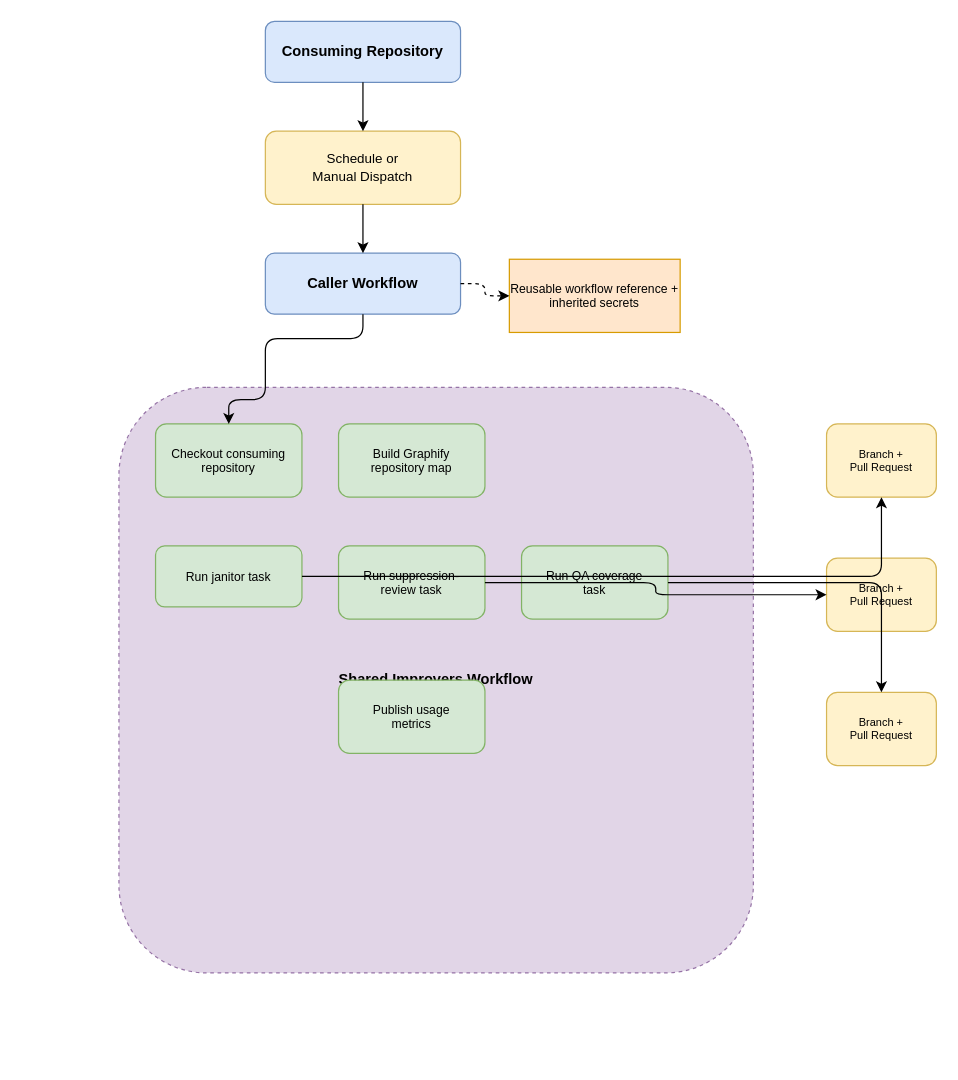
This is docs/assets/improvers-workflow.drawio from electrocucaracha/gh-workflows, a draw.io file, before an edit. Source tidied: cells renumbered, new cells numbered last; positions are measured from the earlier drawing's top-left corner, leaving out a move shared by most shapes. Both pictures are drawn from the tidied source at 122%, with x=0, y=0 at pixel (118, 21).
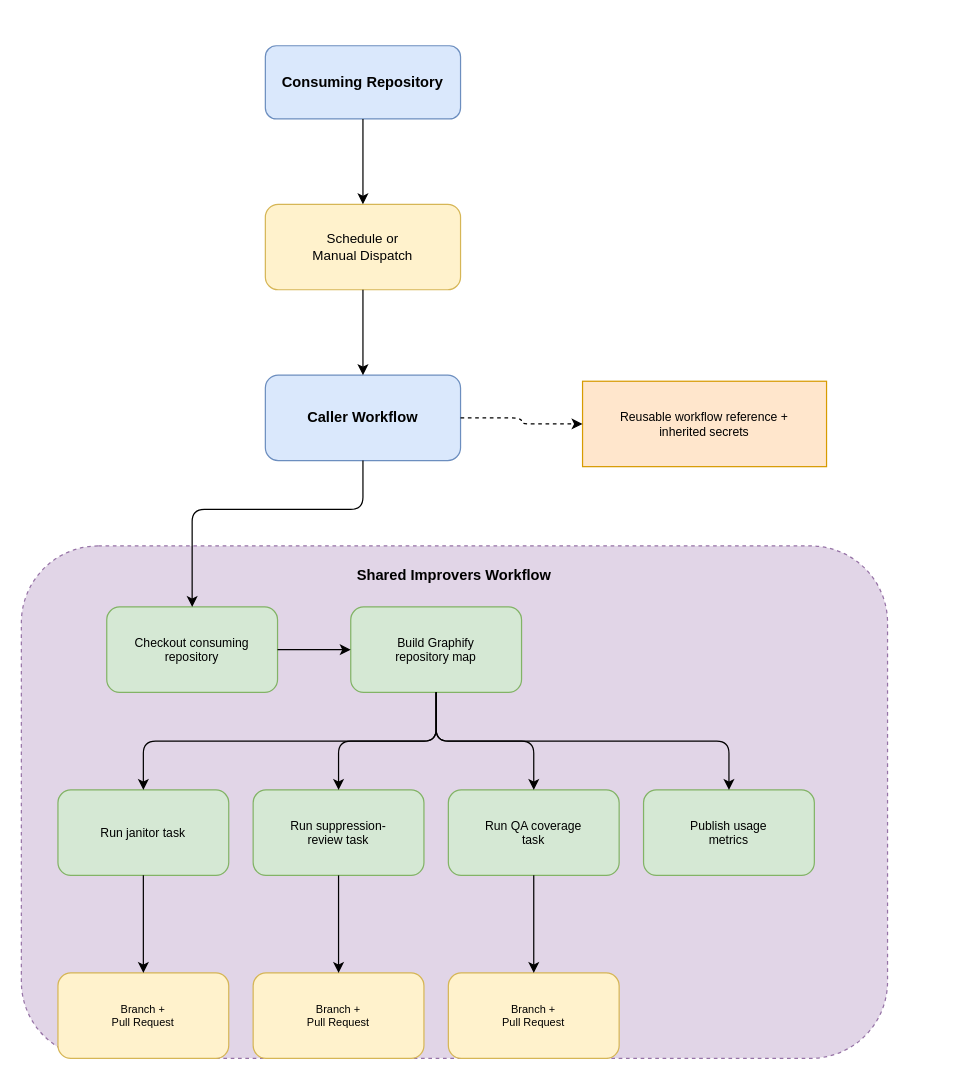
The same diagram, later.

Commit message (it also covers changes not shown here):
docs: improve improvers workflow diagrams for clarity

Change to the diagram source:
```diff
@@
     <mxCell id="2" value="Consuming Repository" style="rounded=1;whiteSpace=wrap;html=1;fillColor=#dae8fc;strokeColor=#6c8ebf;fontSize=12;fontStyle=1;" parent="1" vertex="1">
-      <mxGeometry x="120" width="160" height="50" as="geometry" />
+      <mxGeometry x="120" y="20" width="160" height="60" as="geometry" />
     </mxCell>
     <mxCell id="3" value="Schedule or&#10;Manual Dispatch" style="rounded=1;whiteSpace=wrap;html=1;fillColor=#fff2cc;strokeColor=#d6b656;fontSize=11;" parent="1" vertex="1">
-      <mxGeometry x="120" y="90" width="160" height="60" as="geometry" />
+      <mxGeometry x="120" y="150" width="160" height="70" as="geometry" />
     </mxCell>
@@
     <mxCell id="5" value="Caller Workflow" style="rounded=1;whiteSpace=wrap;html=1;fillColor=#dae8fc;strokeColor=#6c8ebf;fontSize=12;fontStyle=1;" parent="1" vertex="1">
-      <mxGeometry x="120" y="190" width="160" height="50" as="geometry" />
+      <mxGeometry x="120" y="290" width="160" height="70" as="geometry" />
     </mxCell>
@@
     <mxCell id="7" value="Reusable workflow reference +&#10;inherited secrets" style="rounded=0;whiteSpace=wrap;html=1;fillColor=#ffe6cc;strokeColor=#d79b00;fontSize=10;" parent="1" vertex="1">
-      <mxGeometry x="320" y="195" width="140" height="60" as="geometry" />
+      <mxGeometry x="380" y="295" width="200" height="70" as="geometry" />
     </mxCell>
-    <mxCell id="8" style="edgeStyle=orthogonalEdgeStyle;rounded=1;jettySize=auto;html=1;dashed=1;" parent="1" edge="1" source="5" target="7">
+    <mxCell id="8" style="edgeStyle=orthogonalEdgeStyle;rounded=1;jettySize=auto;html=1;dashed=1;exitX=1;exitY=0.5;entryX=0;entryY=0.5;" parent="1" edge="1" source="5" target="7">
       <mxGeometry relative="1" as="geometry" />
     </mxCell>
-    <mxCell id="9" value="Shared Improvers Workflow" style="rounded=1;whiteSpace=wrap;html=1;fillColor=#e1d5e7;strokeColor=#9673a6;fontSize=12;fontStyle=1;dashed=1;" parent="1" vertex="1">
-      <mxGeometry y="300" width="520" height="480" as="geometry" />
+    <mxCell id="9" value="Shared Improvers Workflow" style="rounded=1;whiteSpace=wrap;html=1;verticalAlign=top;fillColor=#e1d5e7;strokeColor=#9673a6;fontSize=12;fontStyle=1;dashed=1;spacingTop=10;" parent="1" vertex="1">
+      <mxGeometry x="-80" y="430" width="710" height="420" as="geometry" />
     </mxCell>
     <mxCell id="10" value="Checkout consuming&#10;repository" style="rounded=1;whiteSpace=wrap;html=1;fillColor=#d5e8d4;strokeColor=#82b366;fontSize=10;" parent="1" vertex="1">
-      <mxGeometry x="30" y="330" width="120" height="60" as="geometry" />
+      <mxGeometry x="-10" y="480" width="140" height="70" as="geometry" />
     </mxCell>
     <mxCell id="11" value="Build Graphify&#10;repository map" style="rounded=1;whiteSpace=wrap;html=1;fillColor=#d5e8d4;strokeColor=#82b366;fontSize=10;" parent="1" vertex="1">
-      <mxGeometry x="180" y="330" width="120" height="60" as="geometry" />
+      <mxGeometry x="190" y="480" width="140" height="70" as="geometry" />
     </mxCell>
+    <mxCell id="23" style="edgeStyle=orthogonalEdgeStyle;rounded=1;jettySize=auto;html=1;exitX=1;exitY=0.5;entryX=0;entryY=0.5;" parent="1" edge="1" source="10" target="11">
+      <mxGeometry relative="1" as="geometry" />
+    </mxCell>
     <mxCell id="12" value="Run janitor task" style="rounded=1;whiteSpace=wrap;html=1;fillColor=#d5e8d4;strokeColor=#82b366;fontSize=10;" parent="1" vertex="1">
-      <mxGeometry x="30" y="430" width="120" height="50" as="geometry" />
+      <mxGeometry x="-50" y="630" width="140" height="70" as="geometry" />
     </mxCell>
     <mxCell id="13" value="Run suppression-&#10;review task" style="rounded=1;whiteSpace=wrap;html=1;fillColor=#d5e8d4;strokeColor=#82b366;fontSize=10;" parent="1" vertex="1">
-      <mxGeometry x="180" y="430" width="120" height="60" as="geometry" />
+      <mxGeometry x="110" y="630" width="140" height="70" as="geometry" />
     </mxCell>
     <mxCell id="14" value="Run QA coverage&#10;task" style="rounded=1;whiteSpace=wrap;html=1;fillColor=#d5e8d4;strokeColor=#82b366;fontSize=10;" parent="1" vertex="1">
-      <mxGeometry x="330" y="430" width="120" height="60" as="geometry" />
+      <mxGeometry x="270" y="630" width="140" height="70" as="geometry" />
     </mxCell>
     <mxCell id="15" value="Publish usage&#10;metrics" style="rounded=1;whiteSpace=wrap;html=1;fillColor=#d5e8d4;strokeColor=#82b366;fontSize=10;" parent="1" vertex="1">
-      <mxGeometry x="180" y="540" width="120" height="60" as="geometry" />
+      <mxGeometry x="430" y="630" width="140" height="70" as="geometry" />
     </mxCell>
+    <mxCell id="24" style="edgeStyle=orthogonalEdgeStyle;rounded=1;jettySize=auto;html=1;exitX=0.5;exitY=1;entryX=0.5;entryY=0;" parent="1" edge="1" source="11" target="12">
+      <mxGeometry relative="1" as="geometry" />
+    </mxCell>
+    <mxCell id="25" style="edgeStyle=orthogonalEdgeStyle;rounded=1;jettySize=auto;html=1;exitX=0.5;exitY=1;entryX=0.5;entryY=0;" parent="1" edge="1" source="11" target="13">
+      <mxGeometry relative="1" as="geometry" />
+    </mxCell>
+    <mxCell id="26" style="edgeStyle=orthogonalEdgeStyle;rounded=1;jettySize=auto;html=1;exitX=0.5;exitY=1;entryX=0.5;entryY=0;" parent="1" edge="1" source="11" target="14">
+      <mxGeometry relative="1" as="geometry" />
+    </mxCell>
+    <mxCell id="27" style="edgeStyle=orthogonalEdgeStyle;rounded=1;jettySize=auto;html=1;exitX=0.5;exitY=1;entryX=0.5;entryY=0;" parent="1" edge="1" source="11" target="15">
+      <mxGeometry relative="1" as="geometry" />
+    </mxCell>
     <mxCell id="16" value="Branch +&#10;Pull Request" style="rounded=1;whiteSpace=wrap;html=1;fillColor=#fff2cc;strokeColor=#d6b656;fontSize=9;" parent="1" vertex="1">
-      <mxGeometry x="580" y="330" width="90" height="60" as="geometry" />
+      <mxGeometry x="-50" y="780" width="140" height="70" as="geometry" />
     </mxCell>
     <mxCell id="17" value="Branch +&#10;Pull Request" style="rounded=1;whiteSpace=wrap;html=1;fillColor=#fff2cc;strokeColor=#d6b656;fontSize=9;" parent="1" vertex="1">
-      <mxGeometry x="580" y="440" width="90" height="60" as="geometry" />
+      <mxGeometry x="110" y="780" width="140" height="70" as="geometry" />
     </mxCell>
     <mxCell id="18" value="Branch +&#10;Pull Request" style="rounded=1;whiteSpace=wrap;html=1;fillColor=#fff2cc;strokeColor=#d6b656;fontSize=9;" parent="1" vertex="1">
-      <mxGeometry x="580" y="550" width="90" height="60" as="geometry" />
+      <mxGeometry x="270" y="780" width="140" height="70" as="geometry" />
     </mxCell>
-    <mxCell id="19" style="edgeStyle=orthogonalEdgeStyle;rounded=1;jettySize=auto;html=1;" parent="1" edge="1" source="12" target="16">
+    <mxCell id="19" style="edgeStyle=orthogonalEdgeStyle;rounded=1;jettySize=auto;html=1;exitX=0.5;exitY=1;entryX=0.5;entryY=0;" parent="1" edge="1" source="12" target="16">
       <mxGeometry relative="1" as="geometry" />
     </mxCell>
-    <mxCell id="20" style="edgeStyle=orthogonalEdgeStyle;rounded=1;jettySize=auto;html=1;" parent="1" edge="1" source="13" target="17">
+    <mxCell id="20" style="edgeStyle=orthogonalEdgeStyle;rounded=1;jettySize=auto;html=1;exitX=0.5;exitY=1;entryX=0.5;entryY=0;" parent="1" edge="1" source="13" target="17">
       <mxGeometry relative="1" as="geometry" />
     </mxCell>
-    <mxCell id="21" style="edgeStyle=orthogonalEdgeStyle;rounded=1;jettySize=auto;html=1;" parent="1" edge="1" source="14" target="18">
+    <mxCell id="21" style="edgeStyle=orthogonalEdgeStyle;rounded=1;jettySize=auto;html=1;exitX=0.5;exitY=1;entryX=0.5;entryY=0;" parent="1" edge="1" source="14" target="18">
       <mxGeometry relative="1" as="geometry" />
     </mxCell>
-    <mxCell id="22" style="edgeStyle=orthogonalEdgeStyle;rounded=1;jettySize=auto;html=1;" parent="1" edge="1" source="5" target="10">
+    <mxCell id="22" style="edgeStyle=orthogonalEdgeStyle;rounded=1;jettySize=auto;html=1;exitX=0.5;exitY=1;entryX=0.5;entryY=0;" parent="1" edge="1" source="5" target="10">
       <mxGeometry relative="1" as="geometry">
         <Array as="points">
-          <mxPoint x="200" y="260" />
-          <mxPoint x="120" y="260" />
-          <mxPoint x="120" y="310" />
+          <mxPoint x="200" y="400" />
+          <mxPoint x="60" y="400" />
         </Array>
       </mxGeometry>
     </mxCell>
```
